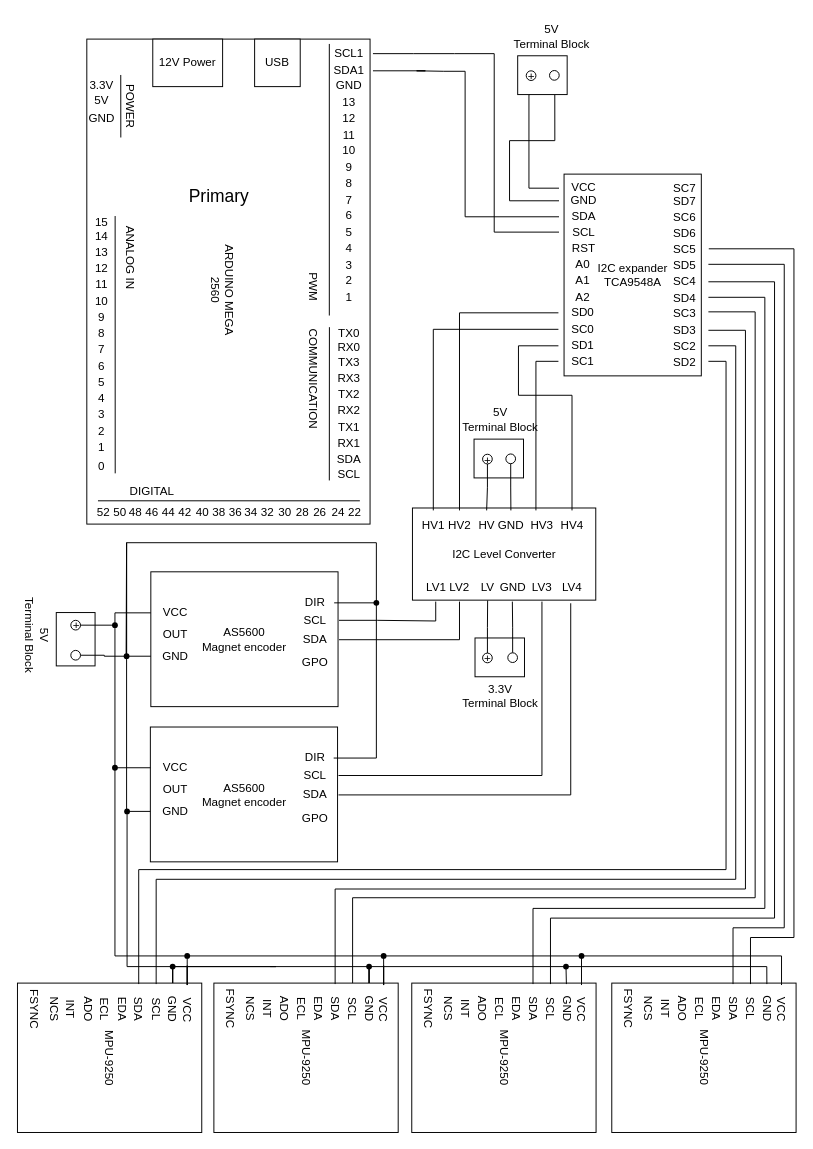
Before: page "Angular Sensors Arm 1" (2 of 7) of Kretstegninger/Arduino koblingstegning.drawio in DAwesomEL/BachelorProsjekt, a draw.io diagram. Source tidied: cells renumbered, new cells numbered last; positions are measured from the earlier drawing's top-left corner, leaving out a move shared by most shapes. Both pictures are drawn from the tidied source at 97%, with x=0, y=0 at pixel (-12, 16).
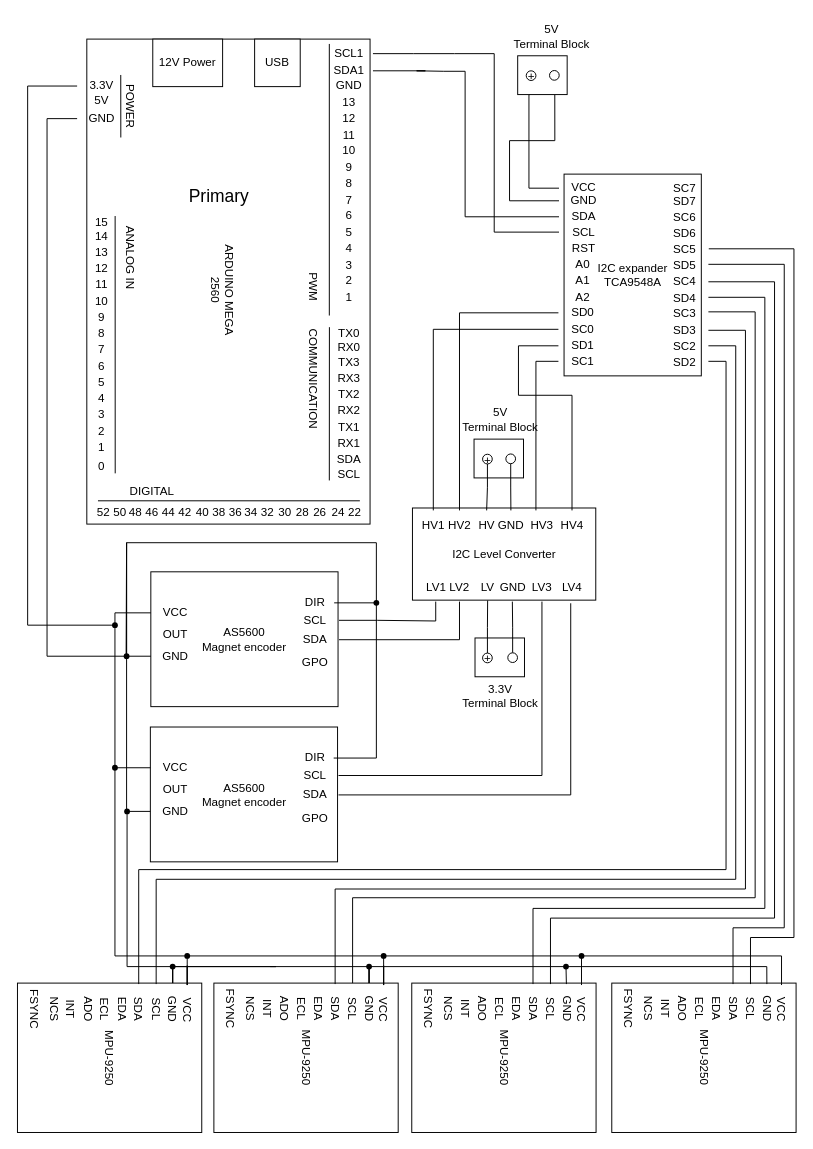
The same page after the edit.

The change refers to these unchanged cells:
```xml
<mxCell id="13" value="GND" style="text;html=1;align=center;verticalAlign=middle;points=[];strokeColor=none;fillColor=none;" parent="1" vertex="1">
  <mxGeometry x="167" y="644" width="50" height="30" as="geometry" />
</mxCell>
<mxCell id="80" value="3.3V" style="text;html=1;align=center;verticalAlign=middle;points=[];strokeColor=none;fillColor=none;" parent="1" vertex="1">
  <mxGeometry x="91" y="56.2" width="50" height="30" as="geometry" />
</mxCell>
<mxCell id="82" value="GND" style="text;html=1;align=center;verticalAlign=middle;points=[];strokeColor=none;fillColor=none;" parent="1" vertex="1">
  <mxGeometry x="91" y="89.8" width="50" height="30" as="geometry" />
</mxCell>
<mxCell id="176" style="shape=waypoint;sketch=0;size=6;points=[];fillColor=none;perimeter=centerPerimeter;snapToPoint=1;" parent="1" vertex="1">
  <mxGeometry x="120" y="617" width="20" height="20" as="geometry" />
</mxCell>
```

What changed in the source:
```diff
@@
-    <mxCell id="152" style="rounded=0;whiteSpace=wrap;html=1;" parent="1" vertex="1">
-      <mxGeometry x="69.5" y="614" width="40" height="55" as="geometry" />
-    </mxCell>
@@
-    <mxCell id="154" style="ellipse;whiteSpace=wrap;html=1;" parent="1" vertex="1">
-      <mxGeometry x="84.5" y="622" width="10" height="10" as="geometry" />
-    </mxCell>
-    <mxCell id="155" style="edgeStyle=orthogonalEdgeStyle;rounded=0;jettySize=auto;html=1;exitX=1;exitY=0.5;exitDx=0;exitDy=0;endArrow=none;endFill=0;" parent="1" edge="1" source="156" target="13">
+    <mxCell id="155" style="edgeStyle=orthogonalEdgeStyle;rounded=0;jettySize=auto;html=1;endArrow=none;endFill=0;" parent="1" edge="1" source="82" target="13">
       <mxGeometry relative="1" as="geometry">
         <Array as="points">
-          <mxPoint x="119" y="659" />
+          <mxPoint x="60" y="105" />
+          <mxPoint x="60" y="659" />
         </Array>
       </mxGeometry>
     </mxCell>
-    <mxCell id="156" style="ellipse;whiteSpace=wrap;html=1;" parent="1" vertex="1">
-      <mxGeometry x="84.5" y="653" width="10" height="10" as="geometry" />
-    </mxCell>
-    <mxCell id="157" value="5V&lt;br&gt;Terminal Block" style="text;html=1;align=center;verticalAlign=middle;strokeColor=none;fillColor=none;rotation=90;" parent="1" vertex="1">
-      <mxGeometry x="0.5" y="616.5" width="100" height="40" as="geometry" />
-    </mxCell>
@@
-    <mxCell id="175" style="edgeStyle=orthogonalEdgeStyle;rounded=0;jettySize=auto;html=1;exitX=1;exitY=0.5;exitDx=0;exitDy=0;endArrow=none;endFill=0;" parent="1" edge="1" source="154" target="176">
+    <mxCell id="175" style="edgeStyle=orthogonalEdgeStyle;rounded=0;jettySize=auto;html=1;endArrow=none;endFill=0;" parent="1" edge="1" source="80" target="176">
       <mxGeometry relative="1" as="geometry">
         <Array as="points">
-          <mxPoint x="129.5" y="627.3" />
+          <mxPoint x="40" y="71" />
+          <mxPoint x="40" y="627" />
         </Array>
       </mxGeometry>
     </mxCell>
@@
-    <mxCell id="217" value="+" style="text;html=1;align=center;verticalAlign=middle;strokeColor=none;fillColor=none;" parent="1" vertex="1">
-      <mxGeometry x="74.5" y="612" width="30" height="30" as="geometry" />
-    </mxCell>
```
